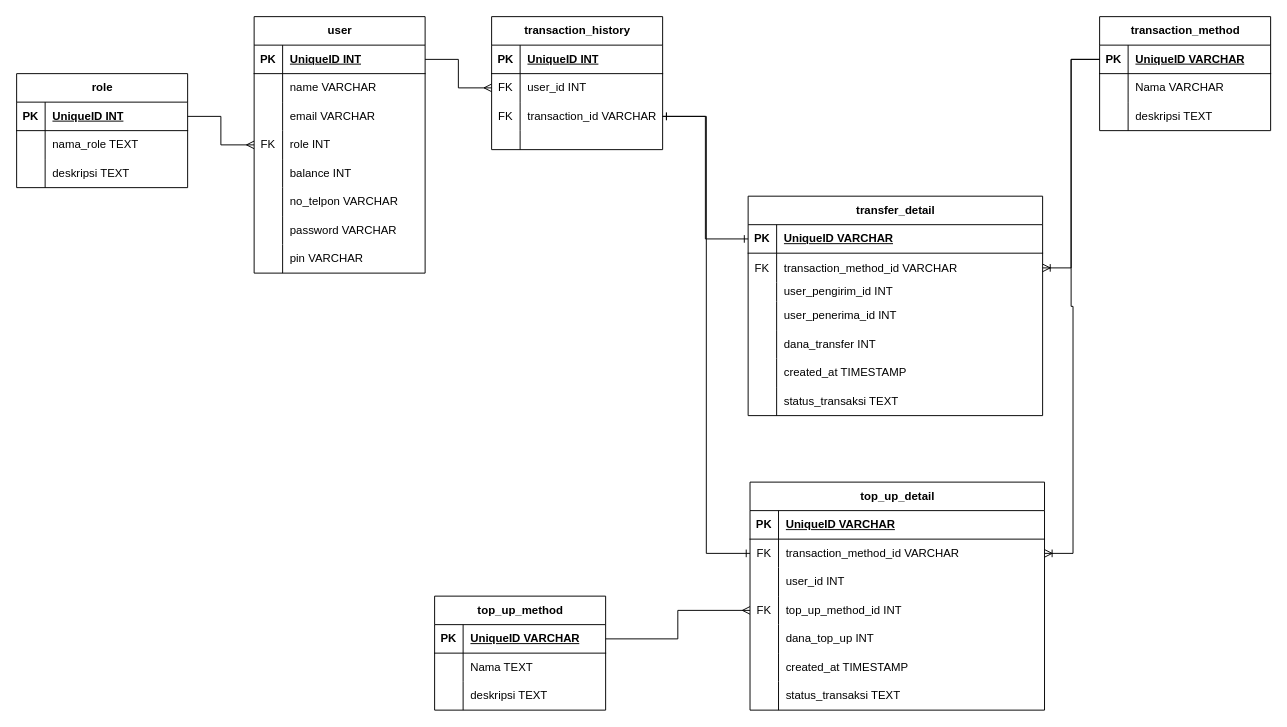
Above: week-3/E-Wallet ERD.drawio in mufa2906/fazztrack-bca (draw.io), before the change. Source tidied: cells renumbered, new cells numbered last; positions are measured from the earlier drawing's top-left corner, leaving out a move shared by most shapes. Both pictures are drawn from the tidied source at 95%, with x=0, y=0 at pixel (16, 16).
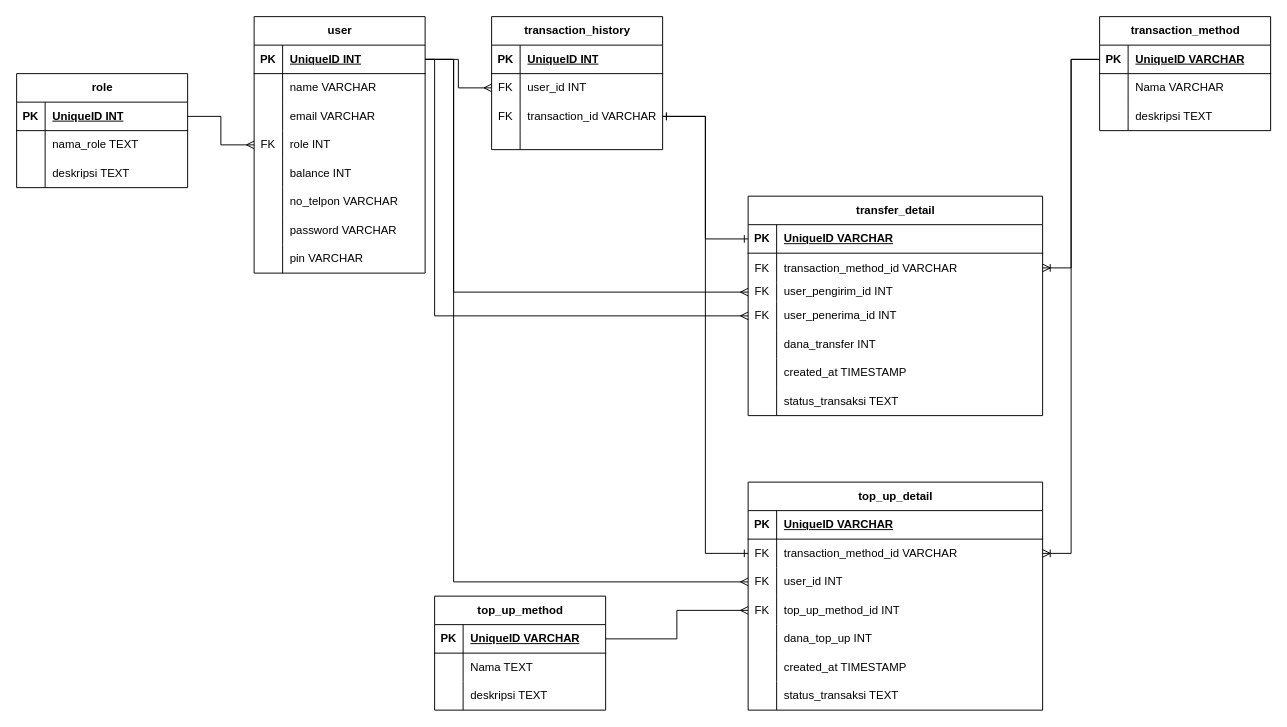
The same page after the edit.

The change refers to these unchanged cells:
```xml
<mxCell id="3" style="shape=tableRow;horizontal=0;startSize=0;swimlaneHead=0;swimlaneBody=0;fillColor=none;points=[[0,0.5],[1,0.5]];portConstraint=eastwest;top=0;left=0;right=0;bottom=1;" parent="2" vertex="1">
  <mxGeometry y="30" width="180" height="30" as="geometry" />
</mxCell>
<mxCell id="69" style="shape=tableRow;horizontal=0;startSize=0;swimlaneHead=0;swimlaneBody=0;fillColor=none;points=[[0,0.5],[1,0.5]];portConstraint=eastwest;top=0;left=0;right=0;bottom=0;" parent="62" vertex="1">
  <mxGeometry y="91" width="310" height="20" as="geometry" />
</mxCell>
<mxCell id="72" style="shape=tableRow;horizontal=0;startSize=0;swimlaneHead=0;swimlaneBody=0;fillColor=none;points=[[0,0.5],[1,0.5]];portConstraint=eastwest;top=0;left=0;right=0;bottom=0;" parent="62" vertex="1">
  <mxGeometry y="111" width="310" height="30" as="geometry" />
</mxCell>
<mxCell id="92" style="shape=tableRow;horizontal=0;startSize=0;swimlaneHead=0;swimlaneBody=0;fillColor=none;points=[[0,0.5],[1,0.5]];portConstraint=eastwest;top=0;left=0;right=0;bottom=0;" parent="85" vertex="1">
  <mxGeometry y="90" width="310" height="30" as="geometry" />
</mxCell>
```

What changed in the source:
```diff
@@
-    <mxCell id="70" style="shape=partialRectangle;fillColor=none;top=0;left=0;bottom=0;right=0;overflow=hidden;whiteSpace=wrap;html=1;" parent="69" vertex="1">
+    <mxCell id="70" value="FK" style="shape=partialRectangle;fillColor=none;top=0;left=0;bottom=0;right=0;overflow=hidden;whiteSpace=wrap;html=1;" parent="69" vertex="1">
       <mxGeometry width="30" height="20" as="geometry" />
     </mxCell>
@@
-    <mxCell id="73" style="shape=partialRectangle;fillColor=none;top=0;left=0;bottom=0;right=0;overflow=hidden;whiteSpace=wrap;html=1;" parent="72" vertex="1">
+    <mxCell id="73" value="FK" style="shape=partialRectangle;fillColor=none;top=0;left=0;bottom=0;right=0;overflow=hidden;whiteSpace=wrap;html=1;" parent="72" vertex="1">
       <mxGeometry width="30" height="30" as="geometry" />
     </mxCell>
@@
     <mxCell id="85" value="top_up_detail" style="shape=table;startSize=30;childLayout=tableLayout;rowLines=0;fontStyle=1;align=center;html=1;" parent="1" vertex="1">
-      <mxGeometry x="772" y="490" width="310" height="240" as="geometry" />
+      <mxGeometry x="770" y="490" width="310" height="240" as="geometry" />
     </mxCell>
@@
-    <mxCell id="93" style="shape=partialRectangle;fillColor=none;top=0;left=0;bottom=0;right=0;overflow=hidden;whiteSpace=wrap;html=1;" parent="92" vertex="1">
+    <mxCell id="93" value="FK" style="shape=partialRectangle;fillColor=none;top=0;left=0;bottom=0;right=0;overflow=hidden;whiteSpace=wrap;html=1;" parent="92" vertex="1">
       <mxGeometry width="30" height="30" as="geometry" />
     </mxCell>
@@
+    <mxCell id="121" style="edgeStyle=orthogonalEdgeStyle;rounded=0;jettySize=auto;html=1;exitX=1;exitY=0.5;exitDx=0;exitDy=0;entryX=0;entryY=0.5;entryDx=0;entryDy=0;endArrow=ERmany;endFill=0;" parent="1" edge="1" source="3" target="72">
+      <mxGeometry relative="1" as="geometry">
+        <Array as="points">
+          <mxPoint x="440" y="45" />
+          <mxPoint x="440" y="315" />
+        </Array>
+      </mxGeometry>
+    </mxCell>
+    <mxCell id="122" style="edgeStyle=orthogonalEdgeStyle;rounded=0;jettySize=auto;html=1;exitX=1;exitY=0.5;exitDx=0;exitDy=0;entryX=0;entryY=0.5;entryDx=0;entryDy=0;endArrow=ERmany;endFill=0;" parent="1" edge="1" source="3" target="69">
+      <mxGeometry relative="1" as="geometry">
+        <Array as="points">
+          <mxPoint x="460" y="45" />
+          <mxPoint x="460" y="290" />
+        </Array>
+      </mxGeometry>
+    </mxCell>
+    <mxCell id="123" style="edgeStyle=orthogonalEdgeStyle;rounded=0;jettySize=auto;html=1;exitX=1;exitY=0.5;exitDx=0;exitDy=0;entryX=0;entryY=0.5;entryDx=0;entryDy=0;endArrow=ERmany;endFill=0;" parent="1" edge="1" source="3" target="92">
+      <mxGeometry relative="1" as="geometry">
+        <Array as="points">
+          <mxPoint x="460" y="45" />
+          <mxPoint x="460" y="595" />
+        </Array>
+      </mxGeometry>
+    </mxCell>
```
